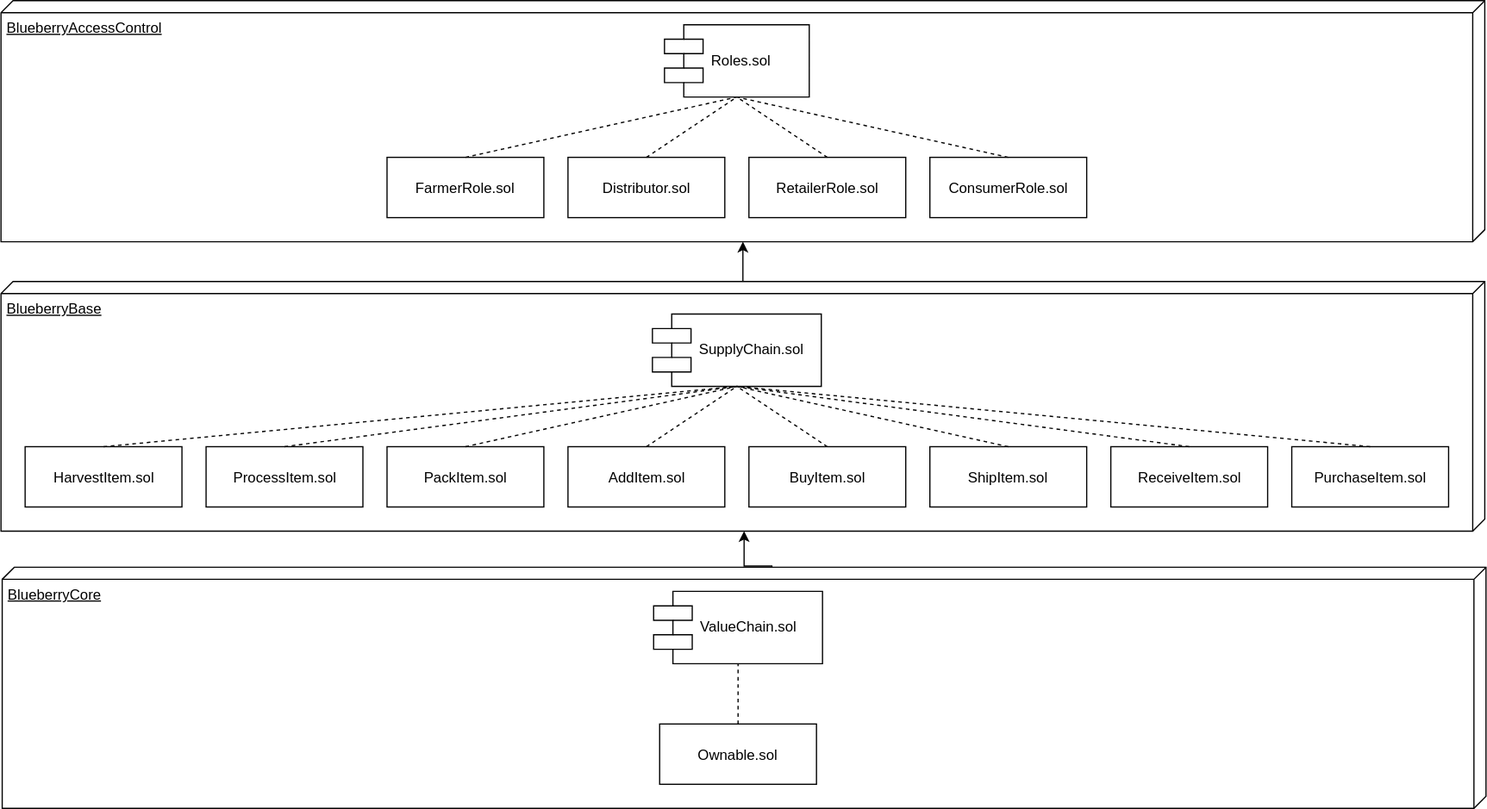
The draw.io diagram images/Blueberry class diagram.svg in naif-alsaleh/blueberry-supplychain, before a commit. Source tidied: cells renumbered, new cells last; positions are measured from the earlier drawing's top-left corner, leaving out a move shared by most shapes.
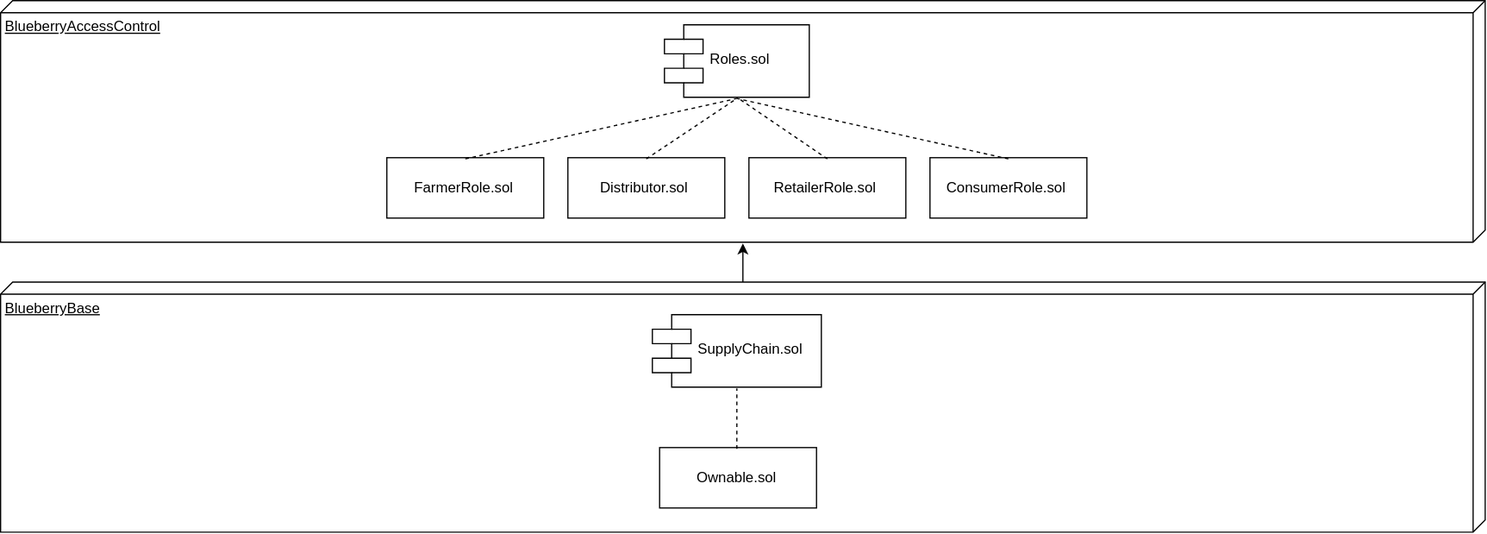
The same file after the commit.

Diff of the diagram source:
```diff
@@ -2,16 +2,6 @@
   <root>
     <mxCell id="0" />
     <mxCell id="1" parent="0" />
-    <mxCell id="2" style="edgeStyle=orthogonalEdgeStyle;rounded=0;html=1;entryX=1;entryY=0.499;entryDx=0;entryDy=0;entryPerimeter=0;jettySize=auto;" parent="1" edge="1" source="3" target="5">
-      <mxGeometry relative="1" as="geometry">
-        <Array as="points">
-          <mxPoint x="639" y="469" />
-        </Array>
-      </mxGeometry>
-    </mxCell>
-    <mxCell id="3" value="BlueberryCore" style="verticalAlign=top;align=left;spacingTop=8;spacingLeft=2;spacingRight=12;shape=cube;size=10;direction=south;fontStyle=4;html=1;" parent="1" vertex="1">
-      <mxGeometry x="1" y="470" width="1230" height="200" as="geometry" />
-    </mxCell>
     <mxCell id="4" style="edgeStyle=orthogonalEdgeStyle;rounded=0;html=1;entryX=1.002;entryY=0.5;entryDx=0;entryDy=0;entryPerimeter=0;jettySize=auto;" parent="1" edge="1" source="5" target="6">
       <mxGeometry relative="1" as="geometry" />
     </mxCell>
@@ -53,70 +43,11 @@
     <mxCell id="16" value="SupplyChain.sol" style="shape=component;align=left;spacingLeft=36;" parent="1" vertex="1">
       <mxGeometry x="540" y="260" width="140" height="60" as="geometry" />
     </mxCell>
-    <mxCell id="17" value="PackItem.sol&lt;br&gt;" style="html=1;" parent="1" vertex="1">
-      <mxGeometry x="320" y="370" width="130" height="50" as="geometry" />
-    </mxCell>
-    <mxCell id="18" value="AddItem.sol&lt;br&gt;" style="html=1;" parent="1" vertex="1">
-      <mxGeometry x="470" y="370" width="130" height="50" as="geometry" />
+    <mxCell id="18" value="Ownable.sol&lt;br&gt;" style="html=1;" parent="1" vertex="1">
+      <mxGeometry x="546" y="370" width="130" height="50" as="geometry" />
     </mxCell>
-    <mxCell id="19" value="BuyItem.sol&lt;br&gt;" style="html=1;" parent="1" vertex="1">
-      <mxGeometry x="620" y="370" width="130" height="50" as="geometry" />
-    </mxCell>
-    <mxCell id="20" value="ShipItem.sol&lt;br&gt;" style="html=1;" parent="1" vertex="1">
-      <mxGeometry x="770" y="370" width="130" height="50" as="geometry" />
-    </mxCell>
-    <mxCell id="21" style="endArrow=none;dashed=1;html=1;entryX=0.5;entryY=1;entryDx=0;entryDy=0;exitX=0.5;exitY=0;exitDx=0;exitDy=0;" parent="1" edge="1" source="17" target="16">
-      <mxGeometry relative="1" as="geometry" />
-    </mxCell>
     <mxCell id="22" style="endArrow=none;dashed=1;html=1;entryX=0.5;entryY=1;entryDx=0;entryDy=0;exitX=0.5;exitY=0;exitDx=0;exitDy=0;" parent="1" edge="1" source="18" target="16">
       <mxGeometry relative="1" as="geometry" />
     </mxCell>
-    <mxCell id="23" style="endArrow=none;dashed=1;html=1;exitX=0.5;exitY=0;exitDx=0;exitDy=0;" parent="1" edge="1" source="19">
-      <mxGeometry relative="1" as="geometry">
-        <mxPoint x="610" y="320" as="targetPoint" />
-      </mxGeometry>
-    </mxCell>
-    <mxCell id="24" style="endArrow=none;dashed=1;html=1;exitX=0.5;exitY=0;exitDx=0;exitDy=0;entryX=0.5;entryY=1;entryDx=0;entryDy=0;" parent="1" edge="1" source="20" target="16">
-      <mxGeometry relative="1" as="geometry" />
-    </mxCell>
-    <mxCell id="25" value="HarvestItem.sol&lt;br&gt;" style="html=1;" parent="1" vertex="1">
-      <mxGeometry x="20" y="370" width="130" height="50" as="geometry" />
-    </mxCell>
-    <mxCell id="26" value="ProcessItem.sol&lt;br&gt;" style="html=1;" parent="1" vertex="1">
-      <mxGeometry x="170" y="370" width="130" height="50" as="geometry" />
-    </mxCell>
-    <mxCell id="27" value="ReceiveItem.sol&lt;br&gt;" style="html=1;" parent="1" vertex="1">
-      <mxGeometry x="920" y="370" width="130" height="50" as="geometry" />
-    </mxCell>
-    <mxCell id="28" value="PurchaseItem.sol&lt;br&gt;" style="html=1;" parent="1" vertex="1">
-      <mxGeometry x="1070" y="370" width="130" height="50" as="geometry" />
-    </mxCell>
-    <mxCell id="29" style="endArrow=none;dashed=1;html=1;exitX=0.5;exitY=0;exitDx=0;exitDy=0;" parent="1" edge="1" source="26">
-      <mxGeometry relative="1" as="geometry">
-        <mxPoint x="610" y="320" as="targetPoint" />
-      </mxGeometry>
-    </mxCell>
-    <mxCell id="30" style="endArrow=none;dashed=1;html=1;exitX=0.5;exitY=0;exitDx=0;exitDy=0;" parent="1" edge="1" source="25">
-      <mxGeometry relative="1" as="geometry">
-        <mxPoint x="610" y="320" as="targetPoint" />
-      </mxGeometry>
-    </mxCell>
-    <mxCell id="31" style="endArrow=none;dashed=1;html=1;exitX=0.5;exitY=0;exitDx=0;exitDy=0;entryX=0.5;entryY=1;entryDx=0;entryDy=0;" parent="1" edge="1" source="27" target="16">
-      <mxGeometry relative="1" as="geometry" />
-    </mxCell>
-    <mxCell id="32" style="endArrow=none;dashed=1;html=1;exitX=0.5;exitY=0;exitDx=0;exitDy=0;" parent="1" edge="1" source="28">
-      <mxGeometry relative="1" as="geometry">
-        <mxPoint x="610" y="320" as="targetPoint" />
-      </mxGeometry>
-    </mxCell>
-    <mxCell id="33" value="ValueChain.sol" style="shape=component;align=left;spacingLeft=36;" parent="1" vertex="1">
-      <mxGeometry x="541" y="490" width="140" height="60" as="geometry" />
-    </mxCell>
-    <mxCell id="34" value="Ownable.sol&lt;br&gt;" style="html=1;" parent="1" vertex="1">
-      <mxGeometry x="546" y="600" width="130" height="50" as="geometry" />
-    </mxCell>
-    <mxCell id="35" style="endArrow=none;dashed=1;html=1;entryX=0.5;entryY=1;entryDx=0;entryDy=0;exitX=0.5;exitY=0;exitDx=0;exitDy=0;" parent="1" edge="1" source="34" target="33">
-      <mxGeometry relative="1" as="geometry" />
-    </mxCell>
   </root>
 </mxGraphModel>
```
